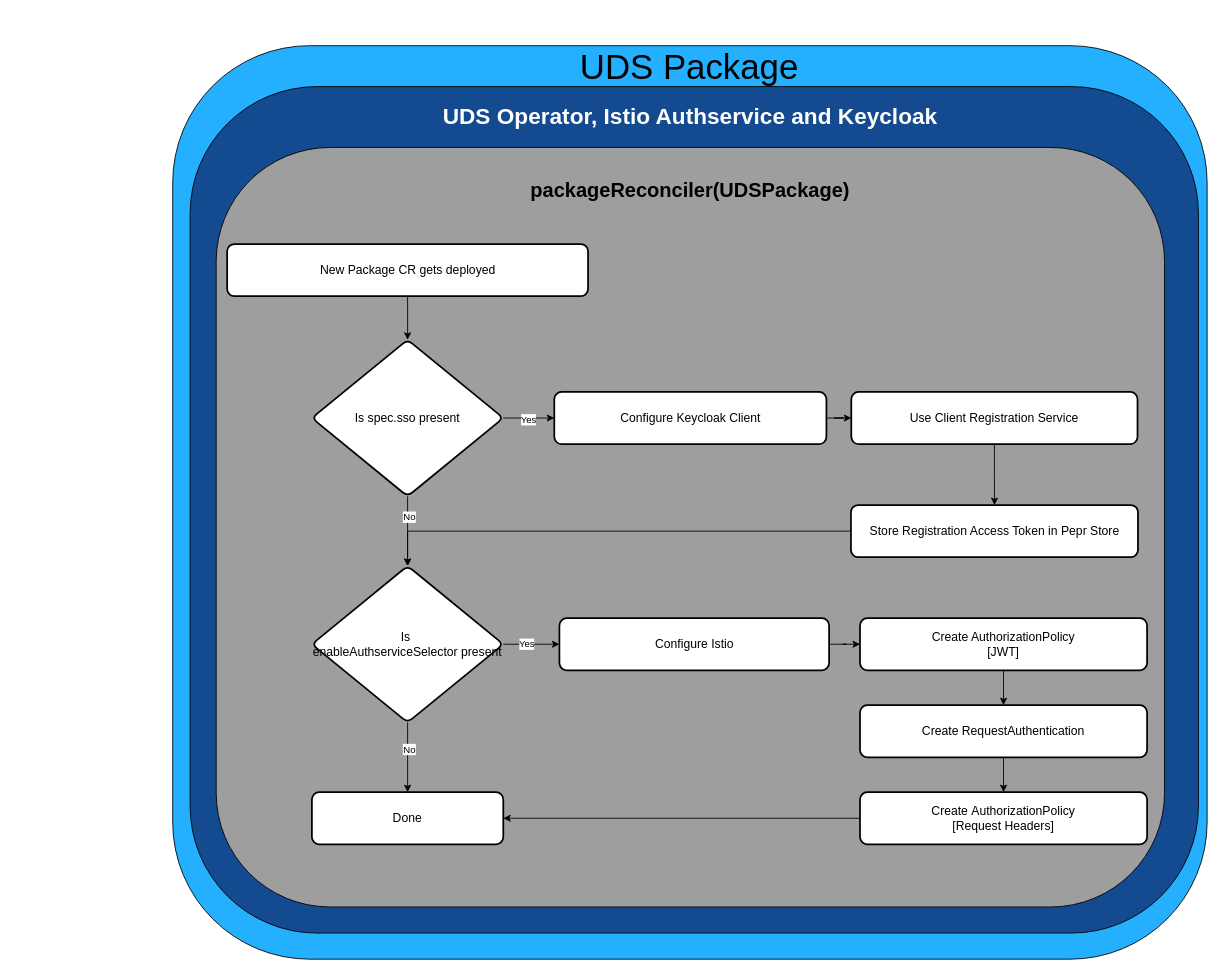
Before: docs/.images/diagrams/uds-core-pepr-operator-flow.drawio in defenseunicorns/uds-core, a draw.io diagram. Source tidied: cells renumbered, new cells numbered last; positions are measured from the earlier drawing's top-left corner, leaving out a move shared by most shapes. Both pictures are drawn from the tidied source at 87%, with x=0, y=0 at pixel (15, 45).
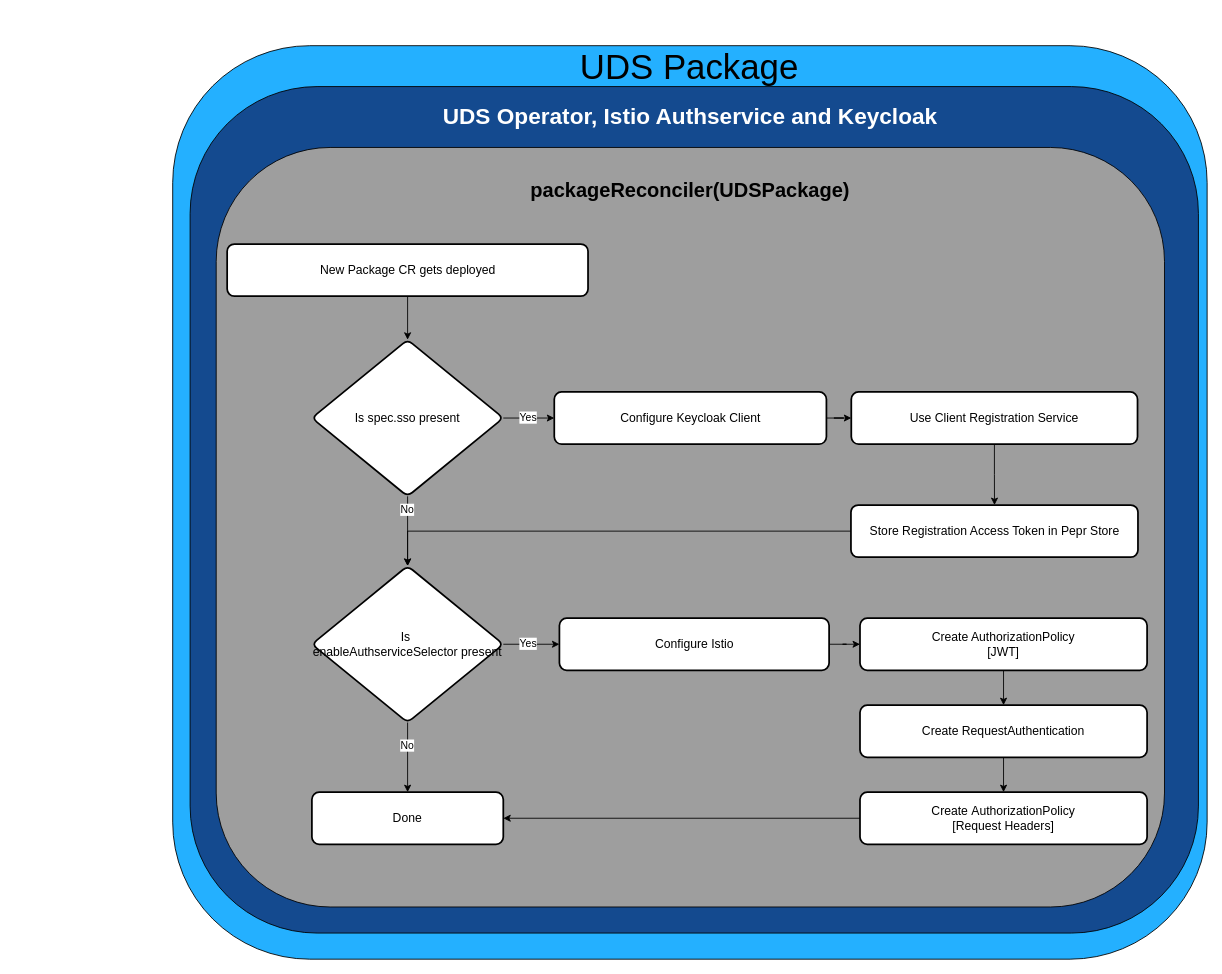
The same diagram, later.

Change to the diagram source:
```diff
@@
-    <mxCell id="31" value="Yes" style="edgeLabel;html=1;align=center;verticalAlign=middle;fontColor=light-dark(#000000,#000000);labelBackgroundColor=light-dark(#FFFFFF,#FFFFFF);" parent="1" vertex="1">
-      <mxGeometry x="29" y="485" as="geometry">
-        <mxPoint x="560" y="-56" as="offset" />
-      </mxGeometry>
-    </mxCell>
-    <mxCell id="32" value="Yes" style="edgeLabel;html=1;align=center;verticalAlign=middle;fontColor=light-dark(#000000,#000000);labelBackgroundColor=light-dark(#FFFFFF,#FFFFFF);" parent="1" vertex="1">
-      <mxGeometry x="135" y="744" as="geometry">
-        <mxPoint x="452" y="-57" as="offset" />
-      </mxGeometry>
-    </mxCell>
-    <mxCell id="33" value="No" style="edgeLabel;html=1;align=center;verticalAlign=middle;fontColor=light-dark(#000000,#000000);labelBackgroundColor=light-dark(#FFFFFF,#FFFFFF);" parent="1" vertex="1">
-      <mxGeometry y="598" as="geometry">
-        <mxPoint x="452" y="-57" as="offset" />
-      </mxGeometry>
-    </mxCell>
-    <mxCell id="34" value="No" style="edgeLabel;html=1;align=center;verticalAlign=middle;fontColor=light-dark(#000000,#000000);labelBackgroundColor=light-dark(#FFFFFF,#FFFFFF);" parent="1" vertex="1">
-      <mxGeometry y="865" as="geometry">
-        <mxPoint x="452" y="-57" as="offset" />
-      </mxGeometry>
-    </mxCell>
+    <mxCell id="35" value="&lt;span style=&quot;background-color: light-dark(#ffffff, var(--ge-dark-color, #121212));&quot;&gt;Yes&lt;/span&gt;" style="text;html=1;align=center;verticalAlign=middle;whiteSpace=wrap;rounded=0;" parent="1" vertex="1">
+      <mxGeometry x="559.6" y="413" width="60" height="30" as="geometry" />
+    </mxCell>
+    <mxCell id="36" value="&lt;span style=&quot;background-color: light-dark(#ffffff, var(--ge-dark-color, #121212));&quot;&gt;Yes&lt;/span&gt;" style="text;html=1;align=center;verticalAlign=middle;whiteSpace=wrap;rounded=0;" parent="1" vertex="1">
+      <mxGeometry x="559.6" y="673" width="60" height="30" as="geometry" />
+    </mxCell>
+    <mxCell id="37" value="&lt;span style=&quot;background-color: light-dark(#ffffff, var(--ge-dark-color, #121212));&quot;&gt;No&lt;/span&gt;" style="text;html=1;align=center;verticalAlign=middle;whiteSpace=wrap;rounded=0;" parent="1" vertex="1">
+      <mxGeometry x="421" y="518.5" width="60" height="30" as="geometry" />
+    </mxCell>
+    <mxCell id="38" value="&lt;span style=&quot;background-color: light-dark(#ffffff, var(--ge-dark-color, #121212));&quot;&gt;No&lt;/span&gt;" style="text;html=1;align=center;verticalAlign=middle;whiteSpace=wrap;rounded=0;" parent="1" vertex="1">
+      <mxGeometry x="421" y="790" width="60" height="30" as="geometry" />
+    </mxCell>
```
